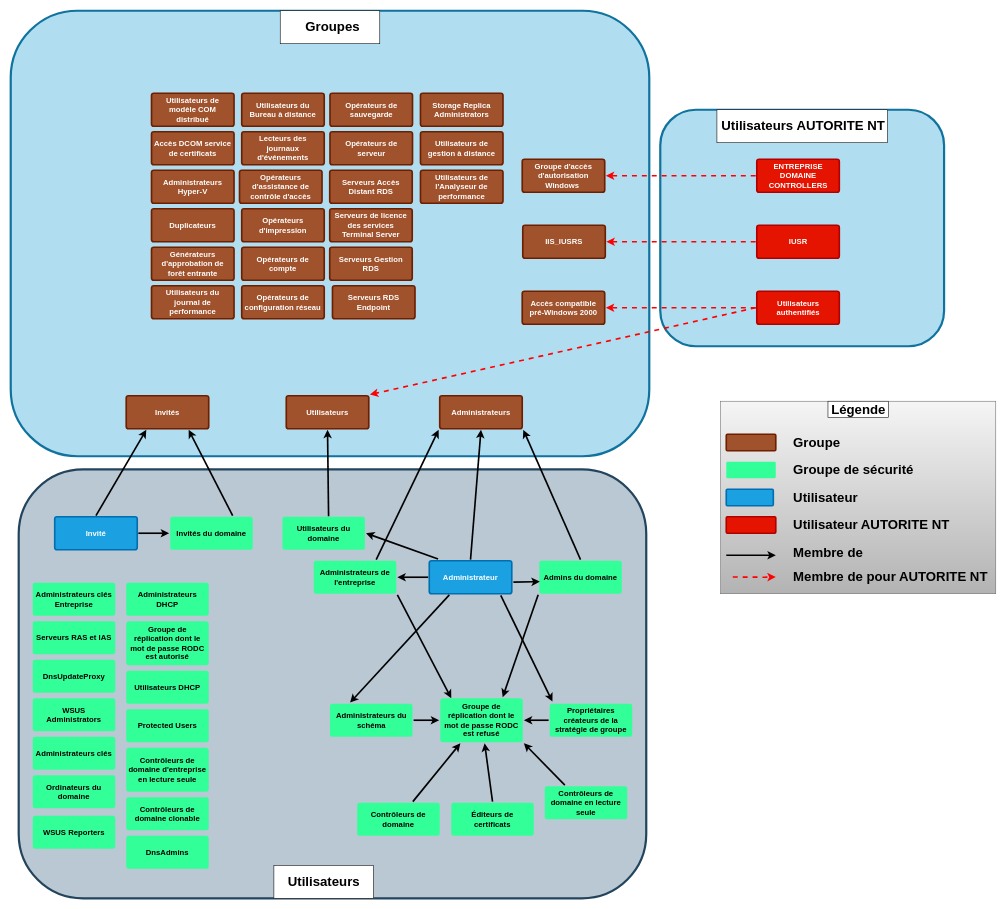
Above: Diagramme sans nom.drawio in CharifMah/AbstergoAnimus (draw.io), before the change. Source tidied: cells renumbered, new cells numbered last; positions are measured from the earlier drawing's top-left corner, leaving out a move shared by most shapes. Both pictures are drawn from the tidied source at 55%, with x=0, y=0 at pixel (10, 10).
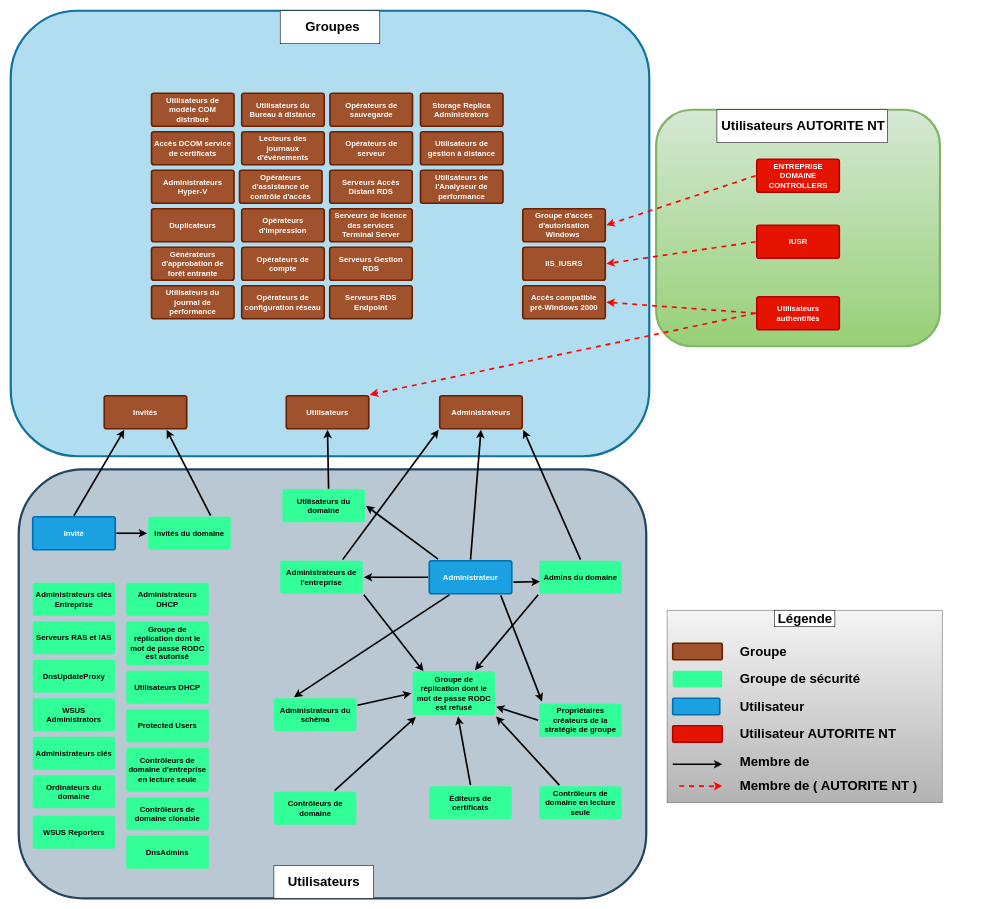
Above is the later version.

Commit message:
Mettre à jour Diagramme sans nom.drawio

Change to the diagram source:
```diff
@@
-    <mxCell id="2" style="rounded=1;whiteSpace=wrap;html=1;fillColor=#b1ddf0;strokeColor=#10739e;strokeWidth=4;" parent="1" vertex="1">
-      <mxGeometry x="1181" y="180" width="516" height="430" as="geometry" />
+    <mxCell id="2" style="rounded=1;whiteSpace=wrap;html=1;fillColor=#d5e8d4;strokeColor=#82b366;strokeWidth=4;gradientColor=#97d077;" parent="1" vertex="1">
+      <mxGeometry x="1173.5" y="180" width="516" height="430" as="geometry" />
     </mxCell>
@@
     <mxCell id="6" value="Invité" style="rounded=1;whiteSpace=wrap;html=1;shadow=0;labelBackgroundColor=none;strokeColor=#006EAF;strokeWidth=3;fillColor=#1ba1e2;fontFamily=Helvetica;fontSize=14;fontColor=#ffffff;align=center;spacing=5;fontStyle=1;arcSize=7;perimeterSpacing=2;" parent="1" vertex="1">
-      <mxGeometry x="80" y="920" width="150" height="60" as="geometry" />
+      <mxGeometry x="40" y="920" width="150" height="60" as="geometry" />
     </mxCell>
@@
     <mxCell id="9" value="Éditeurs de certificats" style="rounded=1;whiteSpace=wrap;html=1;shadow=0;labelBackgroundColor=none;strokeColor=none;strokeWidth=3;fillColor=#33FF99;fontFamily=Helvetica;fontSize=14;fontColor=#000000;align=center;spacing=5;fontStyle=1;arcSize=7;perimeterSpacing=2;" parent="1" vertex="1">
-      <mxGeometry x="801" y="1440" width="150" height="60" as="geometry" />
+      <mxGeometry x="761" y="1410" width="150" height="60" as="geometry" />
     </mxCell>
@@
-    <mxCell id="11" value="Serveurs RAS et IAS" style="rounded=1;whiteSpace=wrap;html=1;shadow=0;labelBackgroundColor=none;strokeColor=none;strokeWidth=3;fillColor=#33FF99;fontFamily=Helvetica;fontSize=14;fontColor=#000000;align=center;spacing=5;fontStyle=1;arcSize=7;perimeterSpacing=2;" parent="1" vertex="1">
-      <mxGeometry x="40" y="1110" width="150" height="60" as="geometry" />
-    </mxCell>
@@
-    <mxCell id="13" value="WSUS Administrators" style="rounded=1;whiteSpace=wrap;html=1;shadow=0;labelBackgroundColor=none;strokeColor=none;strokeWidth=3;fillColor=#33FF99;fontFamily=Helvetica;fontSize=14;fontColor=#000000;align=center;spacing=5;fontStyle=1;arcSize=7;perimeterSpacing=2;" parent="1" vertex="1">
-      <mxGeometry x="40" y="1250" width="150" height="60" as="geometry" />
-    </mxCell>
-    <mxCell id="14" value="WSUS Reporters" style="rounded=1;whiteSpace=wrap;html=1;shadow=0;labelBackgroundColor=none;strokeColor=none;strokeWidth=3;fillColor=#33FF99;fontFamily=Helvetica;fontSize=14;fontColor=#000000;align=center;spacing=5;fontStyle=1;arcSize=7;perimeterSpacing=2;" parent="1" vertex="1">
-      <mxGeometry x="40" y="1463.5" width="150" height="60" as="geometry" />
-    </mxCell>
-    <mxCell id="15" value="Administrateurs clés" style="rounded=1;whiteSpace=wrap;html=1;shadow=0;labelBackgroundColor=none;strokeColor=none;strokeWidth=3;fillColor=#33FF99;fontFamily=Helvetica;fontSize=14;fontColor=#000000;align=center;spacing=5;fontStyle=1;arcSize=7;perimeterSpacing=2;" parent="1" vertex="1">
-      <mxGeometry x="40" y="1320" width="150" height="60" as="geometry" />
-    </mxCell>
@@
-    <mxCell id="17" value="DnsUpdateProxy" style="rounded=1;whiteSpace=wrap;html=1;shadow=0;labelBackgroundColor=none;strokeColor=none;strokeWidth=3;fillColor=#33FF99;fontFamily=Helvetica;fontSize=14;fontColor=#000000;align=center;spacing=5;fontStyle=1;arcSize=7;perimeterSpacing=2;" parent="1" vertex="1">
-      <mxGeometry x="40" y="1180" width="150" height="60" as="geometry" />
-    </mxCell>
-    <mxCell id="18" value="Ordinateurs du domaine" style="rounded=1;whiteSpace=wrap;html=1;shadow=0;labelBackgroundColor=none;strokeColor=none;strokeWidth=3;fillColor=#33FF99;fontFamily=Helvetica;fontSize=14;fontColor=#000000;align=center;spacing=5;fontStyle=1;arcSize=7;perimeterSpacing=2;" parent="1" vertex="1">
-      <mxGeometry x="40" y="1390" width="150" height="60" as="geometry" />
-    </mxCell>
@@
     <mxCell id="20" value="Utilisateurs du domaine" style="rounded=1;whiteSpace=wrap;html=1;shadow=0;labelBackgroundColor=none;strokeColor=none;strokeWidth=3;fillColor=#33FF99;fontFamily=Helvetica;fontSize=14;fontColor=#000000;align=center;spacing=5;fontStyle=1;arcSize=7;perimeterSpacing=2;" parent="1" vertex="1">
-      <mxGeometry x="494" y="920" width="150" height="60" as="geometry" />
+      <mxGeometry x="494" y="870" width="150" height="60" as="geometry" />
     </mxCell>
-    <mxCell id="21" value="Administrateurs clés Entreprise" style="rounded=1;whiteSpace=wrap;html=1;shadow=0;labelBackgroundColor=none;strokeColor=none;strokeWidth=3;fillColor=#33FF99;fontFamily=Helvetica;fontSize=14;fontColor=#000000;align=center;spacing=5;fontStyle=1;arcSize=7;perimeterSpacing=2;" parent="1" vertex="1">
-      <mxGeometry x="40" y="1040" width="150" height="60" as="geometry" />
-    </mxCell>
     <mxCell id="22" value="Administrateurs de l'entreprise" style="rounded=1;whiteSpace=wrap;html=1;shadow=0;labelBackgroundColor=none;strokeColor=none;strokeWidth=3;fillColor=#33FF99;fontFamily=Helvetica;fontSize=14;fontColor=#000000;align=center;spacing=5;fontStyle=1;arcSize=7;perimeterSpacing=2;" parent="1" vertex="1">
-      <mxGeometry x="551" y="1000" width="150" height="60" as="geometry" />
+      <mxGeometry x="490" y="1000" width="150" height="60" as="geometry" />
     </mxCell>
     <mxCell id="23" value="Administrateurs du schéma" style="rounded=1;whiteSpace=wrap;html=1;shadow=0;labelBackgroundColor=none;strokeColor=none;strokeWidth=3;fillColor=#33FF99;fontFamily=Helvetica;fontSize=14;fontColor=#000000;align=center;spacing=5;fontStyle=1;arcSize=7;perimeterSpacing=2;" parent="1" vertex="1">
-      <mxGeometry x="580.5" y="1260" width="150" height="60" as="geometry" />
+      <mxGeometry x="478.5" y="1250" width="150" height="60" as="geometry" />
     </mxCell>
@@
     <mxCell id="25" value="Contrôleurs de domaine" style="rounded=1;whiteSpace=wrap;html=1;shadow=0;labelBackgroundColor=none;strokeColor=none;strokeWidth=3;fillColor=#33FF99;fontFamily=Helvetica;fontSize=14;fontColor=#000000;align=center;spacing=5;fontStyle=1;arcSize=7;perimeterSpacing=2;" parent="1" vertex="1">
-      <mxGeometry x="630" y="1440" width="150" height="60" as="geometry" />
+      <mxGeometry x="478.5" y="1420" width="150" height="60" as="geometry" />
     </mxCell>
@@
-    <mxCell id="31" style="endArrow=classic;html=1;rounded=0;fontSize=18;strokeWidth=3;entryX=0.25;entryY=1;entryDx=0;entryDy=0;" parent="1" edge="1" source="25" target="45">
+    <mxCell id="31" style="endArrow=classic;html=1;rounded=0;fontSize=18;strokeWidth=3;entryX=0.053;entryY=1.011;entryDx=0;entryDy=0;entryPerimeter=0;" parent="1" edge="1" source="25" target="45">
       <mxGeometry relative="1" as="geometry" />
     </mxCell>
@@
     <mxCell id="39" value="Invités du domaine" style="rounded=1;whiteSpace=wrap;html=1;shadow=0;labelBackgroundColor=none;strokeColor=none;strokeWidth=3;fillColor=#33FF99;fontFamily=Helvetica;fontSize=14;fontColor=#000000;align=center;spacing=5;fontStyle=1;arcSize=7;perimeterSpacing=2;" parent="1" vertex="1">
-      <mxGeometry x="290" y="920" width="150" height="60" as="geometry" />
+      <mxGeometry x="250" y="920" width="150" height="60" as="geometry" />
     </mxCell>
     <mxCell id="40" value="Invités" style="rounded=1;whiteSpace=wrap;html=1;shadow=0;labelBackgroundColor=none;strokeColor=#6D1F00;strokeWidth=3;fillColor=#a0522d;fontFamily=Helvetica;fontSize=14;align=center;spacing=5;fontStyle=1;arcSize=7;perimeterSpacing=2;fontColor=#ffffff;" parent="1" vertex="1">
-      <mxGeometry x="210" y="700" width="150" height="60" as="geometry" />
+      <mxGeometry x="170" y="700" width="150" height="60" as="geometry" />
     </mxCell>
@@
     <mxCell id="45" value="Groupe de réplication dont le mot de passe RODC est refusé" style="rounded=1;whiteSpace=wrap;html=1;shadow=0;labelBackgroundColor=none;strokeColor=none;strokeWidth=3;fillColor=#33FF99;fontFamily=Helvetica;fontSize=14;fontColor=#000000;align=center;spacing=5;fontStyle=1;arcSize=7;perimeterSpacing=2;verticalAlign=middle;" parent="1" vertex="1">
-      <mxGeometry x="781" y="1250" width="150" height="80" as="geometry" />
+      <mxGeometry x="730.5" y="1201" width="150" height="80" as="geometry" />
     </mxCell>
@@
     <mxCell id="49" value="Propriétaires créateurs de la stratégie de groupe" style="rounded=1;whiteSpace=wrap;html=1;shadow=0;labelBackgroundColor=none;strokeColor=none;strokeWidth=3;fillColor=#33FF99;fontFamily=Helvetica;fontSize=14;fontColor=#000000;align=center;spacing=5;fontStyle=1;arcSize=7;perimeterSpacing=2;" parent="1" vertex="1">
-      <mxGeometry x="980" y="1260" width="150" height="60" as="geometry" />
+      <mxGeometry x="961" y="1260" width="150" height="60" as="geometry" />
     </mxCell>
     <mxCell id="50" value="Contrôleurs de domaine en lecture seule" style="rounded=1;whiteSpace=wrap;html=1;shadow=0;labelBackgroundColor=none;strokeColor=none;strokeWidth=3;fillColor=#33FF99;fontFamily=Helvetica;fontSize=14;fontColor=#000000;align=center;spacing=5;fontStyle=1;arcSize=7;perimeterSpacing=2;" parent="1" vertex="1">
-      <mxGeometry x="971" y="1410" width="150" height="60" as="geometry" />
+      <mxGeometry x="961" y="1410" width="150" height="60" as="geometry" />
     </mxCell>
@@
     <mxCell id="60" value="Groupe d'accès d'autorisation Windows&amp;nbsp;" style="rounded=1;whiteSpace=wrap;html=1;shadow=0;labelBackgroundColor=none;strokeColor=#6D1F00;strokeWidth=3;fillColor=#a0522d;fontFamily=Helvetica;fontSize=14;align=center;spacing=5;fontStyle=1;arcSize=7;perimeterSpacing=2;fontColor=#ffffff;" parent="1" vertex="1">
-      <mxGeometry x="930" y="270" width="150" height="60" as="geometry" />
+      <mxGeometry x="931" y="360" width="150" height="60" as="geometry" />
     </mxCell>
     <mxCell id="61" value="IIS_IUSRS" style="rounded=1;whiteSpace=wrap;html=1;shadow=0;labelBackgroundColor=none;strokeColor=#6D1F00;strokeWidth=3;fillColor=#a0522d;fontFamily=Helvetica;fontSize=14;align=center;spacing=5;fontStyle=1;arcSize=7;perimeterSpacing=2;fontColor=#ffffff;" parent="1" vertex="1">
-      <mxGeometry x="931" y="390" width="150" height="60" as="geometry" />
+      <mxGeometry x="931" y="430" width="150" height="60" as="geometry" />
     </mxCell>
@@
     <mxCell id="72" value="Serveurs RDS Endpoint" style="rounded=1;whiteSpace=wrap;html=1;shadow=0;labelBackgroundColor=none;strokeColor=#6D1F00;strokeWidth=3;fillColor=#a0522d;fontFamily=Helvetica;fontSize=14;align=center;spacing=5;fontStyle=1;arcSize=7;perimeterSpacing=2;fontColor=#ffffff;" parent="1" vertex="1">
-      <mxGeometry x="585" y="500" width="150" height="60" as="geometry" />
+      <mxGeometry x="580" y="500" width="150" height="60" as="geometry" />
     </mxCell>
@@
     <mxCell id="84" value="Accès compatible pré-Windows 2000" style="rounded=1;whiteSpace=wrap;html=1;shadow=0;labelBackgroundColor=none;strokeColor=#6D1F00;strokeWidth=3;fillColor=#a0522d;fontFamily=Helvetica;fontSize=14;align=center;spacing=5;fontStyle=1;arcSize=7;perimeterSpacing=2;fontColor=#ffffff;" parent="1" vertex="1">
-      <mxGeometry x="930" y="510" width="150" height="60" as="geometry" />
+      <mxGeometry x="931" y="500" width="150" height="60" as="geometry" />
     </mxCell>
     <mxCell id="85" value="Utilisateurs authentifiés" style="rounded=1;whiteSpace=wrap;html=1;shadow=0;labelBackgroundColor=none;strokeColor=#B20000;strokeWidth=3;fillColor=#e51400;fontFamily=Helvetica;fontSize=14;fontColor=#ffffff;align=center;spacing=5;fontStyle=1;arcSize=7;perimeterSpacing=2;" parent="1" vertex="1">
-      <mxGeometry x="1356.5" y="510" width="150" height="60" as="geometry" />
+      <mxGeometry x="1356.5" y="520" width="150" height="60" as="geometry" />
     </mxCell>
@@
     <mxCell id="89" style="rounded=0;whiteSpace=wrap;html=1;fillColor=#f5f5f5;gradientColor=#b3b3b3;strokeColor=#666666;" parent="1" vertex="1">
-      <mxGeometry x="1290.8" y="710" width="500.2" height="350" as="geometry" />
+      <mxGeometry x="1193.4" y="1090" width="500.2" height="350" as="geometry" />
     </mxCell>
@@
     <mxCell id="91" style="rounded=0;whiteSpace=wrap;html=1;" parent="1" vertex="1">
-      <mxGeometry x="1485.9" y="710" width="110" height="30" as="geometry" />
+      <mxGeometry x="1388.5" y="1090" width="110" height="30" as="geometry" />
     </mxCell>
     <mxCell id="92" value="Légende" style="text;strokeColor=none;fillColor=none;html=1;fontSize=24;fontStyle=1;verticalAlign=middle;align=center;" parent="1" vertex="1">
-      <mxGeometry x="1490.9" y="710" width="100" height="30" as="geometry" />
+      <mxGeometry x="1393.5" y="1090" width="100" height="30" as="geometry" />
     </mxCell>
     <mxCell id="93" style="rounded=1;whiteSpace=wrap;html=1;shadow=0;labelBackgroundColor=none;strokeColor=#6D1F00;strokeWidth=3;fillColor=#a0522d;fontFamily=Helvetica;fontSize=14;align=center;spacing=5;fontStyle=1;arcSize=7;perimeterSpacing=2;fontColor=#ffffff;" parent="1" vertex="1">
-      <mxGeometry x="1301" y="770" width="90" height="30" as="geometry" />
+      <mxGeometry x="1203.6" y="1150" width="90" height="30" as="geometry" />
     </mxCell>
     <mxCell id="94" style="rounded=1;whiteSpace=wrap;html=1;shadow=0;labelBackgroundColor=none;strokeColor=none;strokeWidth=3;fillColor=#33FF99;fontFamily=Helvetica;fontSize=14;fontColor=#000000;align=center;spacing=5;fontStyle=1;arcSize=7;perimeterSpacing=2;" parent="1" vertex="1">
-      <mxGeometry x="1301" y="820" width="90" height="30" as="geometry" />
+      <mxGeometry x="1203.6" y="1200" width="90" height="30" as="geometry" />
     </mxCell>
     <mxCell id="95" style="rounded=1;whiteSpace=wrap;html=1;shadow=0;labelBackgroundColor=none;strokeColor=#006EAF;strokeWidth=3;fillColor=#1ba1e2;fontFamily=Helvetica;fontSize=14;fontColor=#ffffff;align=center;spacing=5;fontStyle=1;arcSize=7;perimeterSpacing=2;" parent="1" vertex="1">
-      <mxGeometry x="1301" y="870" width="85.5" height="30" as="geometry" />
+      <mxGeometry x="1203.6" y="1250" width="85.5" height="30" as="geometry" />
     </mxCell>
     <mxCell id="96" style="rounded=1;whiteSpace=wrap;html=1;shadow=0;labelBackgroundColor=none;strokeColor=#B20000;strokeWidth=3;fillColor=#e51400;fontFamily=Helvetica;fontSize=14;fontColor=#ffffff;align=center;spacing=5;fontStyle=1;arcSize=7;perimeterSpacing=2;" parent="1" vertex="1">
-      <mxGeometry x="1301" y="920" width="90" height="30" as="geometry" />
+      <mxGeometry x="1203.6" y="1300" width="90" height="30" as="geometry" />
     </mxCell>
     <mxCell id="97" style="endArrow=classic;html=1;rounded=0;fontSize=18;strokeWidth=3;entryX=0.435;entryY=0.614;entryDx=0;entryDy=0;entryPerimeter=0;exitX=0.044;exitY=0.614;exitDx=0;exitDy=0;exitPerimeter=0;" parent="1" edge="1">
       <mxGeometry relative="1" as="geometry">
-        <mxPoint x="1301" y="990" as="sourcePoint" />
-        <mxPoint x="1391.1" y="990" as="targetPoint" />
+        <mxPoint x="1203.6" y="1370" as="sourcePoint" />
+        <mxPoint x="1293.8" y="1370" as="targetPoint" />
       </mxGeometry>
     </mxCell>
     <mxCell id="98" style="endArrow=classic;html=1;rounded=0;fontSize=18;strokeWidth=3;entryX=0.392;entryY=0.682;entryDx=0;entryDy=0;dashed=1;strokeColor=#FF0000;exitX=0.044;exitY=0.913;exitDx=0;exitDy=0;exitPerimeter=0;entryPerimeter=0;" parent="1" edge="1" source="89">
       <mxGeometry relative="1" as="geometry">
-        <mxPoint x="1391" y="1029.7" as="targetPoint" />
+        <mxPoint x="1293.6" y="1409.7" as="targetPoint" />
         <Array as="points">
-          <mxPoint x="1371" y="1030" />
+          <mxPoint x="1273.6" y="1410" />
         </Array>
       </mxGeometry>
     </mxCell>
     <mxCell id="99" value="Groupe" style="text;strokeColor=none;fillColor=none;html=1;fontSize=24;fontStyle=1;verticalAlign=middle;align=left;" parent="1" vertex="1">
-      <mxGeometry x="1421" y="770" width="100" height="30" as="geometry" />
+      <mxGeometry x="1323.6" y="1150" width="100" height="30" as="geometry" />
     </mxCell>
     <mxCell id="100" value="Groupe de sécurité" style="text;strokeColor=none;fillColor=none;html=1;fontSize=24;fontStyle=1;verticalAlign=middle;align=left;" parent="1" vertex="1">
-      <mxGeometry x="1421" y="820" width="100" height="30" as="geometry" />
+      <mxGeometry x="1323.6" y="1200" width="100" height="30" as="geometry" />
     </mxCell>
     <mxCell id="101" value="Utilisateur" style="text;strokeColor=none;fillColor=none;html=1;fontSize=24;fontStyle=1;verticalAlign=middle;align=left;" parent="1" vertex="1">
-      <mxGeometry x="1421" y="870" width="120" height="30" as="geometry" />
+      <mxGeometry x="1323.6" y="1250" width="120" height="30" as="geometry" />
     </mxCell>
     <mxCell id="102" value="Utilisateur AUTORITE NT" style="text;strokeColor=none;fillColor=none;html=1;fontSize=24;fontStyle=1;verticalAlign=middle;align=left;" parent="1" vertex="1">
-      <mxGeometry x="1421" y="920" width="100" height="30" as="geometry" />
+      <mxGeometry x="1323.6" y="1300" width="100" height="30" as="geometry" />
     </mxCell>
     <mxCell id="103" value="Membre de" style="text;strokeColor=none;fillColor=none;html=1;fontSize=24;fontStyle=1;verticalAlign=middle;align=left;" parent="1" vertex="1">
-      <mxGeometry x="1421" y="970" width="100" height="30" as="geometry" />
+      <mxGeometry x="1323.6" y="1350" width="100" height="30" as="geometry" />
     </mxCell>
-    <mxCell id="104" value="Membre de pour AUTORITE NT&amp;nbsp;" style="text;strokeColor=none;fillColor=none;html=1;fontSize=24;fontStyle=1;verticalAlign=middle;align=left;" parent="1" vertex="1">
-      <mxGeometry x="1421" y="1015" width="100" height="30" as="geometry" />
+    <mxCell id="104" value="Membre de ( AUTORITE NT )&amp;nbsp;&amp;nbsp;" style="text;strokeColor=none;fillColor=none;html=1;fontSize=24;fontStyle=1;verticalAlign=middle;align=left;" parent="1" vertex="1">
+      <mxGeometry x="1323.6" y="1395" width="100" height="30" as="geometry" />
     </mxCell>
+    <mxCell id="11" value="Serveurs RAS et IAS" style="rounded=1;whiteSpace=wrap;html=1;shadow=0;labelBackgroundColor=none;strokeColor=none;strokeWidth=3;fillColor=#33FF99;fontFamily=Helvetica;fontSize=14;fontColor=#000000;align=center;spacing=5;fontStyle=1;arcSize=7;perimeterSpacing=2;" parent="1" vertex="1">
+      <mxGeometry x="40" y="1110" width="150" height="60" as="geometry" />
+    </mxCell>
+    <mxCell id="13" value="WSUS Administrators" style="rounded=1;whiteSpace=wrap;html=1;shadow=0;labelBackgroundColor=none;strokeColor=none;strokeWidth=3;fillColor=#33FF99;fontFamily=Helvetica;fontSize=14;fontColor=#000000;align=center;spacing=5;fontStyle=1;arcSize=7;perimeterSpacing=2;" parent="1" vertex="1">
+      <mxGeometry x="40" y="1250" width="150" height="60" as="geometry" />
+    </mxCell>
+    <mxCell id="14" value="WSUS Reporters" style="rounded=1;whiteSpace=wrap;html=1;shadow=0;labelBackgroundColor=none;strokeColor=none;strokeWidth=3;fillColor=#33FF99;fontFamily=Helvetica;fontSize=14;fontColor=#000000;align=center;spacing=5;fontStyle=1;arcSize=7;perimeterSpacing=2;" parent="1" vertex="1">
+      <mxGeometry x="40" y="1463.5" width="150" height="60" as="geometry" />
+    </mxCell>
+    <mxCell id="15" value="Administrateurs clés" style="rounded=1;whiteSpace=wrap;html=1;shadow=0;labelBackgroundColor=none;strokeColor=none;strokeWidth=3;fillColor=#33FF99;fontFamily=Helvetica;fontSize=14;fontColor=#000000;align=center;spacing=5;fontStyle=1;arcSize=7;perimeterSpacing=2;" parent="1" vertex="1">
+      <mxGeometry x="40" y="1320" width="150" height="60" as="geometry" />
+    </mxCell>
+    <mxCell id="17" value="DnsUpdateProxy" style="rounded=1;whiteSpace=wrap;html=1;shadow=0;labelBackgroundColor=none;strokeColor=none;strokeWidth=3;fillColor=#33FF99;fontFamily=Helvetica;fontSize=14;fontColor=#000000;align=center;spacing=5;fontStyle=1;arcSize=7;perimeterSpacing=2;" parent="1" vertex="1">
+      <mxGeometry x="40" y="1180" width="150" height="60" as="geometry" />
+    </mxCell>
+    <mxCell id="18" value="Ordinateurs du domaine" style="rounded=1;whiteSpace=wrap;html=1;shadow=0;labelBackgroundColor=none;strokeColor=none;strokeWidth=3;fillColor=#33FF99;fontFamily=Helvetica;fontSize=14;fontColor=#000000;align=center;spacing=5;fontStyle=1;arcSize=7;perimeterSpacing=2;" parent="1" vertex="1">
+      <mxGeometry x="40" y="1390" width="150" height="60" as="geometry" />
+    </mxCell>
+    <mxCell id="21" value="Administrateurs clés Entreprise" style="rounded=1;whiteSpace=wrap;html=1;shadow=0;labelBackgroundColor=none;strokeColor=none;strokeWidth=3;fillColor=#33FF99;fontFamily=Helvetica;fontSize=14;fontColor=#000000;align=center;spacing=5;fontStyle=1;arcSize=7;perimeterSpacing=2;" parent="1" vertex="1">
+      <mxGeometry x="40" y="1040" width="150" height="60" as="geometry" />
+    </mxCell>
```
